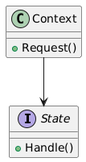
Earlier version of the PlantUML export PlayerMMO/State/state.png (Zed101000/Samenvatting).
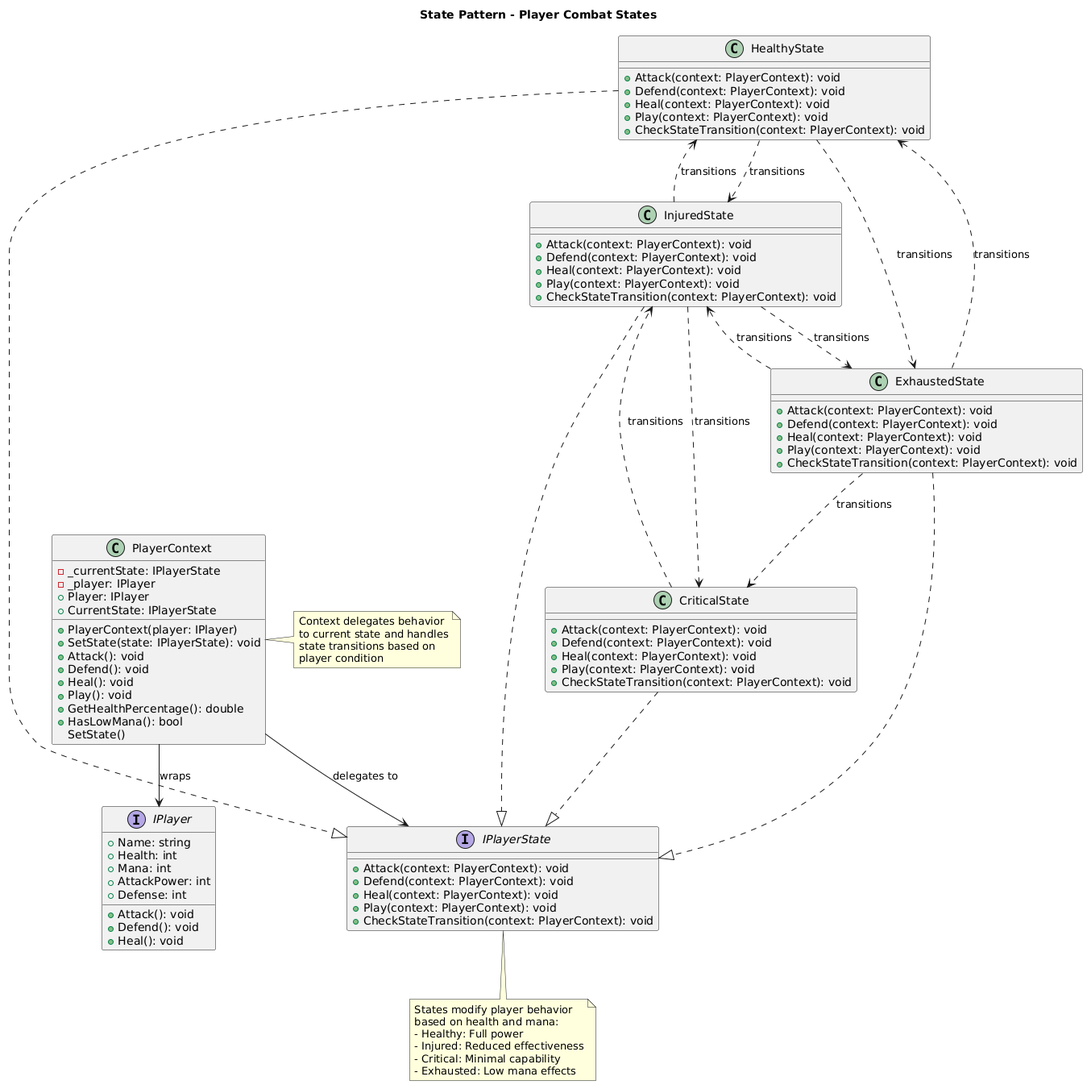
Above is the later version.

Change to the diagram source:
```diff
@@ -1,9 +1,103 @@
 @startuml
-interface State {
-  +Handle()
+title State Pattern - Player Combat States
+
+interface IPlayerState {
+    +Attack(context: PlayerContext): void
+    +Defend(context: PlayerContext): void
+    +Heal(context: PlayerContext): void
+    +Play(context: PlayerContext): void
+    +CheckStateTransition(context: PlayerContext): void
 }
-class Context {
-  +Request()
+
+class PlayerContext {
+    -_currentState: IPlayerState
+    -_player: IPlayer
+    +PlayerContext(player: IPlayer)
+    +SetState(state: IPlayerState): void
+    +Attack(): void
+    +Defend(): void
+    +Heal(): void
+    +Play(): void
+    +GetHealthPercentage(): double
+    +HasLowMana(): bool
+    +Player: IPlayer
+    +CurrentState: IPlayerState
 }
-Context --> State
+
+class HealthyState {
+    +Attack(context: PlayerContext): void
+    +Defend(context: PlayerContext): void
+    +Heal(context: PlayerContext): void
+    +Play(context: PlayerContext): void
+    +CheckStateTransition(context: PlayerContext): void
+}
+
+class InjuredState {
+    +Attack(context: PlayerContext): void
+    +Defend(context: PlayerContext): void
+    +Heal(context: PlayerContext): void
+    +Play(context: PlayerContext): void
+    +CheckStateTransition(context: PlayerContext): void
+}
+
+class CriticalState {
+    +Attack(context: PlayerContext): void
+    +Defend(context: PlayerContext): void
+    +Heal(context: PlayerContext): void
+    +Play(context: PlayerContext): void
+    +CheckStateTransition(context: PlayerContext): void
+}
+
+class ExhaustedState {
+    +Attack(context: PlayerContext): void
+    +Defend(context: PlayerContext): void
+    +Heal(context: PlayerContext): void
+    +Play(context: PlayerContext): void
+    +CheckStateTransition(context: PlayerContext): void
+}
+
+interface IPlayer {
+    +Name: string
+    +Health: int
+    +Mana: int
+    +AttackPower: int
+    +Defense: int
+    +Attack(): void
+    +Defend(): void
+    +Heal(): void
+}
+
+HealthyState ..|> IPlayerState
+InjuredState ..|> IPlayerState
+CriticalState ..|> IPlayerState
+ExhaustedState ..|> IPlayerState
+PlayerContext --> IPlayerState : delegates to
+PlayerContext --> IPlayer : wraps
+PlayerContext : SetState()
+
+HealthyState ..> InjuredState : transitions
+HealthyState ..> ExhaustedState : transitions
+InjuredState ..> HealthyState : transitions
+InjuredState ..> CriticalState : transitions
+InjuredState ..> ExhaustedState : transitions
+CriticalState ..> InjuredState : transitions
+ExhaustedState ..> HealthyState : transitions
+ExhaustedState ..> InjuredState : transitions
+ExhaustedState ..> CriticalState : transitions
+
+note right of PlayerContext
+  Context delegates behavior
+  to current state and handles
+  state transitions based on
+  player condition
+end note
+
+note bottom of IPlayerState
+  States modify player behavior
+  based on health and mana:
+  - Healthy: Full power
+  - Injured: Reduced effectiveness
+  - Critical: Minimal capability
+  - Exhausted: Low mana effects
+end note
 @enduml
```
